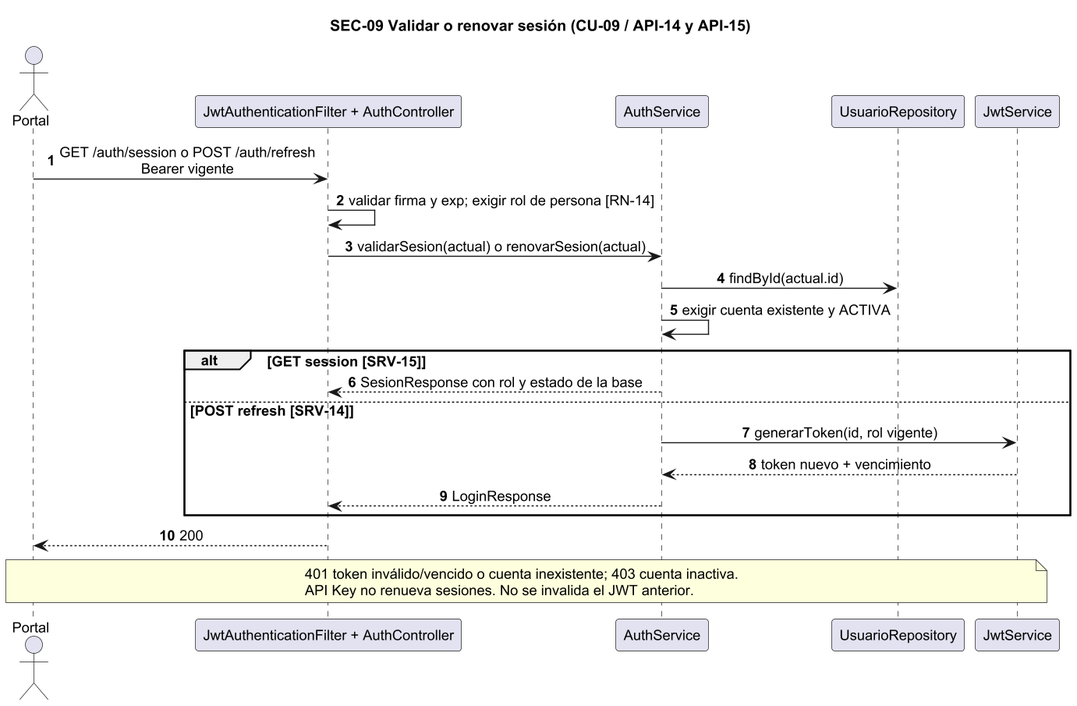
This is doc/Diagramas/SEC-09.png from CarlaGorgal2002/deliverygo-usuarios-auth, a PlantUML export, as it was before one commit. Source of this version:
```plantuml
@startuml SEC-09
skinparam dpi 135
skinparam shadowing false
skinparam defaultFontName Arial
skinparam defaultFontSize 13
skinparam sequenceMessageAlign center
title SEC-09 Validar o renovar sesión (CU-09 / API-14 y API-15)
autonumber
actor Portal
participant "JwtAuthenticationFilter + AuthController" as C
participant AuthService as S
participant UsuarioRepository as R
participant JwtService as J
Portal -> C : GET /auth/session o POST /auth/refresh\nBearer vigente
C -> C : validar firma y exp; exigir rol de persona [RN-14]
C -> S : validarSesion(actual) o renovarSesion(actual)
S -> R : findById(actual.id)
S -> S : exigir cuenta existente y ACTIVA
alt GET session [SRV-15]
 S --> C : SesionResponse con rol y estado de la base
else POST refresh [SRV-14]
 S -> J : generarToken(id, rol vigente)
 J --> S : token nuevo + vencimiento
 S --> C : LoginResponse
end
C --> Portal : 200
note over Portal,J : 401 token inválido/vencido o cuenta inexistente; 403 cuenta inactiva.\nAPI Key no renueva sesiones. No se invalida el JWT anterior.
@enduml
```
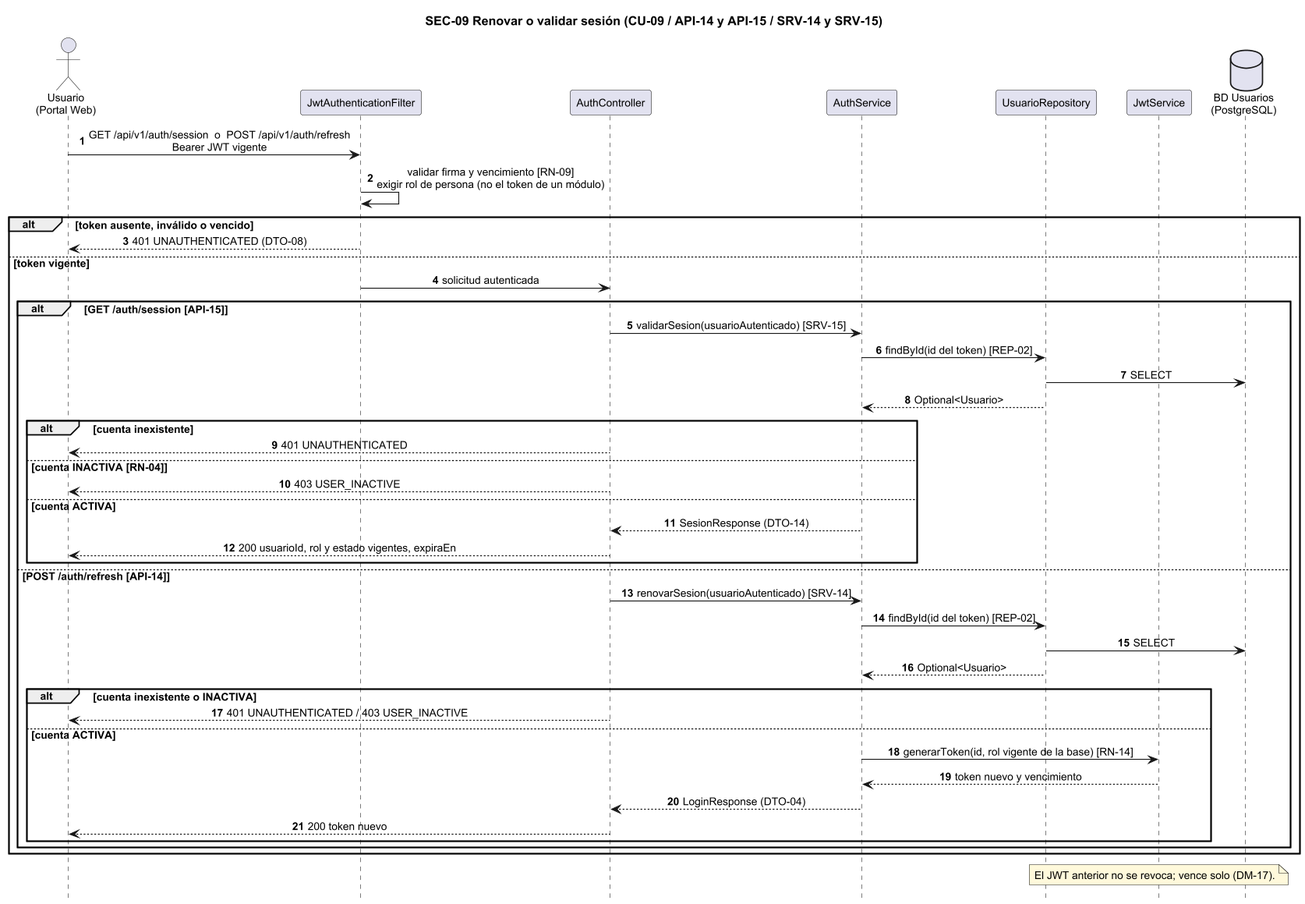
Above is the later version.

Change to the diagram source:
```diff
@@ -1,28 +1,56 @@
 @startuml SEC-09
-skinparam dpi 135
+skinparam dpi 110
 skinparam shadowing false
 skinparam defaultFontName Arial
-skinparam defaultFontSize 13
+skinparam defaultFontSize 12
 skinparam sequenceMessageAlign center
-title SEC-09 Validar o renovar sesión (CU-09 / API-14 y API-15)
+skinparam responseMessageBelowArrow true
+skinparam NoteBackgroundColor #FFF9DB
+skinparam ParticipantPadding 12
+hide footbox
+title SEC-09 Renovar o validar sesión (CU-09 / API-14 y API-15 / SRV-14 y SRV-15)
 autonumber
-actor Portal
-participant "JwtAuthenticationFilter + AuthController" as C
+actor "Usuario\n(Portal Web)" as A
+participant JwtAuthenticationFilter as F
+participant AuthController as C
 participant AuthService as S
-participant UsuarioRepository as R
+participant UsuarioRepository as UR
 participant JwtService as J
-Portal -> C : GET /auth/session o POST /auth/refresh\nBearer vigente
-C -> C : validar firma y exp; exigir rol de persona [RN-14]
-C -> S : validarSesion(actual) o renovarSesion(actual)
-S -> R : findById(actual.id)
-S -> S : exigir cuenta existente y ACTIVA
-alt GET session [SRV-15]
- S --> C : SesionResponse con rol y estado de la base
-else POST refresh [SRV-14]
- S -> J : generarToken(id, rol vigente)
- J --> S : token nuevo + vencimiento
- S --> C : LoginResponse
+database "BD Usuarios\n(PostgreSQL)" as DB
+
+A -> F : GET /api/v1/auth/session  o  POST /api/v1/auth/refresh\nBearer JWT vigente
+F -> F : validar firma y vencimiento [RN-09]\nexigir rol de persona (no el token de un módulo)
+alt token ausente, inválido o vencido
+  F --> A : 401 UNAUTHENTICATED (DTO-08)
+else token vigente
+  F -> C : solicitud autenticada
+  alt GET /auth/session [API-15]
+    C -> S : validarSesion(usuarioAutenticado) [SRV-15]
+    S -> UR : findById(id del token) [REP-02]
+    UR -> DB : SELECT
+    UR --> S : Optional<Usuario>
+    alt cuenta inexistente
+      C --> A : 401 UNAUTHENTICATED
+    else cuenta INACTIVA [RN-04]
+      C --> A : 403 USER_INACTIVE
+    else cuenta ACTIVA
+      S --> C : SesionResponse (DTO-14)
+      C --> A : 200 usuarioId, rol y estado vigentes, expiraEn
+    end
+  else POST /auth/refresh [API-14]
+    C -> S : renovarSesion(usuarioAutenticado) [SRV-14]
+    S -> UR : findById(id del token) [REP-02]
+    UR -> DB : SELECT
+    UR --> S : Optional<Usuario>
+    alt cuenta inexistente o INACTIVA
+      C --> A : 401 UNAUTHENTICATED / 403 USER_INACTIVE
+    else cuenta ACTIVA
+      S -> J : generarToken(id, rol vigente de la base) [RN-14]
+      J --> S : token nuevo y vencimiento
+      S --> C : LoginResponse (DTO-04)
+      C --> A : 200 token nuevo
+    end
+  end
 end
-C --> Portal : 200
-note over Portal,J : 401 token inválido/vencido o cuenta inexistente; 403 cuenta inactiva.\nAPI Key no renueva sesiones. No se invalida el JWT anterior.
+note over J : El JWT anterior no se revoca; vence solo (DM-17).
 @enduml
```
